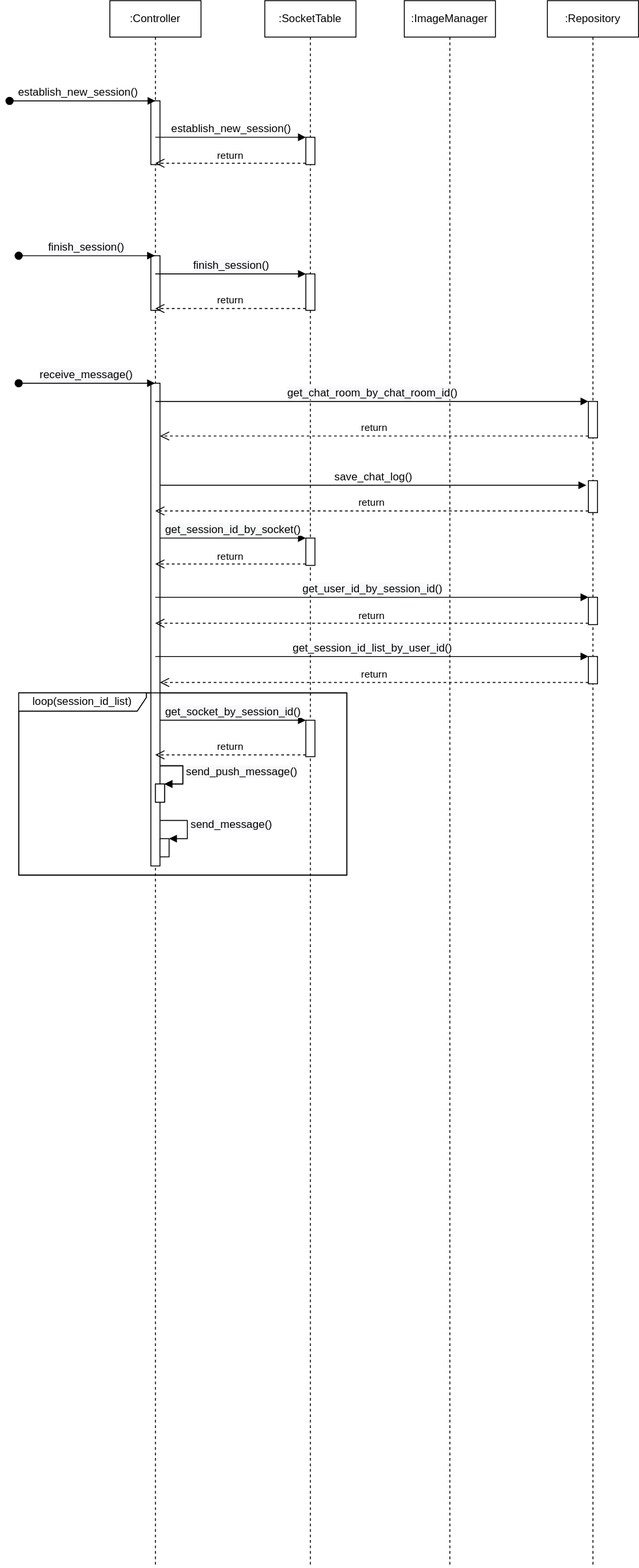
Above: 시퀀스 다이어그램/chat_server_sequence_diagram.svg in shlim0/2022_capstone1 (draw.io), before the change. Source tidied: cells renumbered, new cells last; positions are measured from the earlier drawing's top-left corner, leaving out a move shared by most shapes.
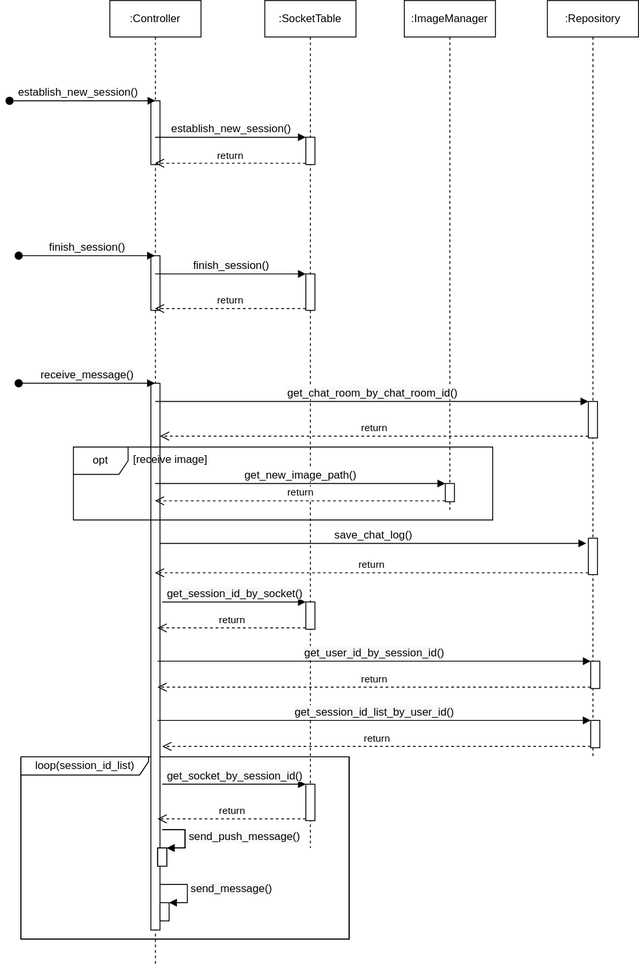
After the change.

Commit message:
chat server sequence diagram[image_manager] 사용하지 않는 문제 수정

What changed in the source:
```diff
@@ -2,11 +2,14 @@
   <root>
     <mxCell id="0" />
     <mxCell id="1" parent="0" />
+    <mxCell id="43" value="loop(session_id_list)" style="shape=umlFrame;whiteSpace=wrap;html=1;width=140;height=20;" parent="1" vertex="1">
+      <mxGeometry x="12.5" y="830" width="360" height="200" as="geometry" />
+    </mxCell>
     <mxCell id="2" value="loop(session_id_list)" style="shape=umlFrame;whiteSpace=wrap;html=1;width=140;height=20;" parent="1" vertex="1">
-      <mxGeometry x="10" y="760" width="360" height="200" as="geometry" />
+      <mxGeometry x="12.5" y="830" width="360" height="200" as="geometry" />
     </mxCell>
     <mxCell id="3" value=":SocketTable" style="shape=umlLifeline;perimeter=lifelinePerimeter;whiteSpace=wrap;html=1;" parent="1" vertex="1">
-      <mxGeometry x="280" width="100" height="1720" as="geometry" />
+      <mxGeometry x="280" width="100" height="930" as="geometry" />
     </mxCell>
     <mxCell id="4" style="html=1;points=[];perimeter=orthogonalPerimeter;" parent="3" vertex="1">
       <mxGeometry x="45" y="150" width="10" height="30" as="geometry" />
@@ -15,13 +18,13 @@
       <mxGeometry x="45" y="300" width="10" height="40" as="geometry" />
     </mxCell>
     <mxCell id="6" style="html=1;points=[];perimeter=orthogonalPerimeter;" parent="3" vertex="1">
-      <mxGeometry x="45" y="590" width="10" height="30" as="geometry" />
+      <mxGeometry x="45" y="660" width="10" height="30" as="geometry" />
     </mxCell>
     <mxCell id="7" style="html=1;points=[];perimeter=orthogonalPerimeter;" parent="3" vertex="1">
-      <mxGeometry x="45" y="790" width="10" height="40" as="geometry" />
+      <mxGeometry x="45" y="860" width="10" height="40" as="geometry" />
     </mxCell>
     <mxCell id="8" value=":Controller" style="shape=umlLifeline;perimeter=lifelinePerimeter;whiteSpace=wrap;html=1;outlineConnect=0;" parent="1" vertex="1">
-      <mxGeometry x="110" width="100" height="1720" as="geometry" />
+      <mxGeometry x="110" width="100" height="1060" as="geometry" />
     </mxCell>
     <mxCell id="9" style="html=1;perimeter=orthogonalPerimeter;" parent="8" vertex="1">
       <mxGeometry x="45" y="110" width="10" height="70" as="geometry" />
@@ -30,37 +33,41 @@
       <mxGeometry x="45" y="280" width="10" height="60" as="geometry" />
     </mxCell>
     <mxCell id="11" style="html=1;points=[];perimeter=orthogonalPerimeter;" parent="8" vertex="1">
-      <mxGeometry x="45" y="420" width="10" height="530" as="geometry" />
+      <mxGeometry x="45" y="420" width="10" height="600" as="geometry" />
     </mxCell>
     <mxCell id="12" style="html=1;points=[];perimeter=orthogonalPerimeter;" parent="8" vertex="1">
-      <mxGeometry x="55" y="920" width="10" height="20" as="geometry" />
+      <mxGeometry x="55" y="990" width="10" height="20" as="geometry" />
     </mxCell>
-    <mxCell id="13" value="&lt;span style=&quot;font-size: 12px ; background-color: rgb(248 , 249 , 250)&quot;&gt;send_message()&lt;/span&gt;" style="edgeStyle=orthogonalEdgeStyle;html=1;align=left;spacingLeft=2;endArrow=block;rounded=0;entryX=1;entryY=0;" parent="8" edge="1" source="11" target="12">
+    <mxCell id="13" value="&lt;span style=&quot;font-size: 12px ; background-color: rgb(248 , 249 , 250)&quot;&gt;send_message()&lt;/span&gt;" style="edgeStyle=orthogonalEdgeStyle;html=1;align=left;spacingLeft=2;endArrow=block;rounded=0;entryX=1;entryY=0;" parent="8" edge="1" target="12">
       <mxGeometry relative="1" as="geometry">
+        <mxPoint x="55" y="970" as="sourcePoint" />
         <Array as="points">
-          <mxPoint x="85" y="900" />
-          <mxPoint x="85" y="920" />
+          <mxPoint x="85" y="970" />
+          <mxPoint x="85" y="990" />
         </Array>
       </mxGeometry>
     </mxCell>
     <mxCell id="14" value=":Repository" style="shape=umlLifeline;perimeter=lifelinePerimeter;whiteSpace=wrap;html=1;" parent="1" vertex="1">
-      <mxGeometry x="590" width="100" height="1720" as="geometry" />
+      <mxGeometry x="590" width="100" height="830" as="geometry" />
     </mxCell>
     <mxCell id="15" style="html=1;points=[];perimeter=orthogonalPerimeter;" parent="14" vertex="1">
-      <mxGeometry x="45" y="655" width="10" height="30" as="geometry" />
+      <mxGeometry x="47.5" y="725" width="10" height="30" as="geometry" />
     </mxCell>
     <mxCell id="16" style="html=1;points=[];perimeter=orthogonalPerimeter;" parent="14" vertex="1">
       <mxGeometry x="45" y="440" width="10" height="40" as="geometry" />
     </mxCell>
     <mxCell id="17" style="html=1;points=[];perimeter=orthogonalPerimeter;" parent="14" vertex="1">
-      <mxGeometry x="45" y="720" width="10" height="30" as="geometry" />
+      <mxGeometry x="47.5" y="790" width="10" height="30" as="geometry" />
     </mxCell>
     <mxCell id="18" style="html=1;points=[];perimeter=orthogonalPerimeter;" parent="14" vertex="1">
-      <mxGeometry x="45" y="527" width="10" height="35" as="geometry" />
+      <mxGeometry x="45" y="590" width="10" height="40" as="geometry" />
     </mxCell>
     <mxCell id="19" value=":ImageManager" style="shape=umlLifeline;perimeter=lifelinePerimeter;whiteSpace=wrap;html=1;" parent="1" vertex="1">
-      <mxGeometry x="433" width="100" height="1720" as="geometry" />
+      <mxGeometry x="433" width="100" height="560" as="geometry" />
     </mxCell>
+    <mxCell id="44" style="html=1;points=[];perimeter=orthogonalPerimeter;" parent="19" vertex="1">
+      <mxGeometry x="45" y="530" width="10" height="20" as="geometry" />
+    </mxCell>
     <mxCell id="20" value="&lt;span style=&quot;font-size: 12px&quot;&gt;establish_new_session()&amp;nbsp; &amp;nbsp;&lt;/span&gt;" style="html=1;verticalAlign=bottom;startArrow=oval;startFill=1;endArrow=block;startSize=8;" parent="1" edge="1">
       <mxGeometry relative="1" as="geometry">
         <mxPoint y="110" as="sourcePoint" />
@@ -91,12 +98,12 @@
     </mxCell>
     <mxCell id="27" value="&lt;span style=&quot;font-size: 12px ; text-align: left ; background-color: rgb(248 , 249 , 250)&quot;&gt;get_user_id_by_session_id()&lt;/span&gt;" style="html=1;verticalAlign=bottom;endArrow=block;entryX=0;entryY=0;" parent="1" edge="1" target="15">
       <mxGeometry relative="1" as="geometry">
-        <mxPoint x="159.8" y="655" as="sourcePoint" />
+        <mxPoint x="162.3" y="725" as="sourcePoint" />
       </mxGeometry>
     </mxCell>
     <mxCell id="28" value="return" style="html=1;verticalAlign=bottom;endArrow=open;dashed=1;endSize=8;exitX=0;exitY=0.95;" parent="1" edge="1" source="15">
       <mxGeometry relative="1" as="geometry">
-        <mxPoint x="159.8" y="683.5" as="targetPoint" />
+        <mxPoint x="162.3" y="753.5" as="targetPoint" />
       </mxGeometry>
     </mxCell>
     <mxCell id="29" value="&lt;span style=&quot;font-size: 12px ; text-align: left ; background-color: rgb(248 , 249 , 250)&quot;&gt;get_chat_room_by_chat_room_id()&lt;/span&gt;" style="html=1;verticalAlign=bottom;endArrow=block;entryX=0;entryY=0;" parent="1" edge="1" target="16">
@@ -109,32 +116,32 @@
     </mxCell>
     <mxCell id="31" value="&lt;span style=&quot;font-size: 12px ; text-align: left ; background-color: rgb(248 , 249 , 250)&quot;&gt;get_session_id_by_socket()&lt;/span&gt;" style="html=1;verticalAlign=bottom;endArrow=block;entryX=0;entryY=0;" parent="1" edge="1" target="6">
       <mxGeometry relative="1" as="geometry">
-        <mxPoint x="165" y="590" as="sourcePoint" />
+        <mxPoint x="167.5" y="660" as="sourcePoint" />
       </mxGeometry>
     </mxCell>
     <mxCell id="32" value="return" style="html=1;verticalAlign=bottom;endArrow=open;dashed=1;endSize=8;exitX=0;exitY=0.95;" parent="1" edge="1" source="6">
       <mxGeometry relative="1" as="geometry">
-        <mxPoint x="159.8" y="618.5" as="targetPoint" />
+        <mxPoint x="162.3" y="688.5" as="targetPoint" />
       </mxGeometry>
     </mxCell>
     <mxCell id="33" value="&lt;span style=&quot;font-size: 12px ; text-align: left ; background-color: rgb(248 , 249 , 250)&quot;&gt;get_session_id_list_by_user_id()&lt;/span&gt;" style="html=1;verticalAlign=bottom;endArrow=block;entryX=0;entryY=0;" parent="1" edge="1" target="17">
       <mxGeometry relative="1" as="geometry">
-        <mxPoint x="159.8" y="720" as="sourcePoint" />
+        <mxPoint x="162.3" y="790" as="sourcePoint" />
       </mxGeometry>
     </mxCell>
     <mxCell id="34" value="return" style="html=1;verticalAlign=bottom;endArrow=open;dashed=1;endSize=8;exitX=0;exitY=0.95;" parent="1" edge="1" source="17">
       <mxGeometry relative="1" as="geometry">
-        <mxPoint x="165" y="748.5" as="targetPoint" />
+        <mxPoint x="167.5" y="818.5" as="targetPoint" />
       </mxGeometry>
     </mxCell>
     <mxCell id="35" value="&lt;span style=&quot;font-size: 12px ; text-align: left ; background-color: rgb(248 , 249 , 250)&quot;&gt;get_socket_by_session_id()&lt;/span&gt;" style="html=1;verticalAlign=bottom;endArrow=block;" parent="1" edge="1" target="7">
       <mxGeometry relative="1" as="geometry">
-        <mxPoint x="165" y="790" as="sourcePoint" />
+        <mxPoint x="167.5" y="860" as="sourcePoint" />
       </mxGeometry>
     </mxCell>
     <mxCell id="36" value="return" style="html=1;verticalAlign=bottom;endArrow=open;dashed=1;endSize=8;exitX=0;exitY=0.95;" parent="1" edge="1" source="7">
       <mxGeometry relative="1" as="geometry">
-        <mxPoint x="159.8" y="828" as="targetPoint" />
+        <mxPoint x="162.3" y="898" as="targetPoint" />
       </mxGeometry>
     </mxCell>
     <mxCell id="37" value="&lt;span style=&quot;font-size: 12px&quot;&gt;save_chat_log()&lt;/span&gt;" style="html=1;verticalAlign=bottom;endArrow=block;entryX=-0.234;entryY=0.143;entryDx=0;entryDy=0;entryPerimeter=0;" parent="1" edge="1" source="11" target="18">
@@ -144,29 +151,38 @@
       <mxGeometry relative="1" as="geometry" />
     </mxCell>
     <mxCell id="39" style="html=1;points=[];perimeter=orthogonalPerimeter;" parent="1" vertex="1">
-      <mxGeometry x="160" y="860" width="10" height="20" as="geometry" />
+      <mxGeometry x="162.5" y="930" width="10" height="20" as="geometry" />
     </mxCell>
     <mxCell id="40" value="&lt;span style=&quot;font-size: 12px ; background-color: rgb(248 , 249 , 250)&quot;&gt;send_push_message()&lt;/span&gt;" style="edgeStyle=orthogonalEdgeStyle;html=1;align=left;spacingLeft=2;endArrow=block;rounded=0;entryX=1;entryY=0;" parent="1" edge="1" target="39">
       <mxGeometry relative="1" as="geometry">
-        <mxPoint x="165" y="840" as="sourcePoint" />
+        <mxPoint x="167.5" y="910" as="sourcePoint" />
         <Array as="points">
-          <mxPoint x="190" y="840" />
+          <mxPoint x="192.5" y="910" />
         </Array>
       </mxGeometry>
     </mxCell>
     <mxCell id="41" value="&lt;span style=&quot;font-size: 12px ; background-color: rgb(248 , 249 , 250)&quot;&gt;send_push_message()&lt;/span&gt;" style="edgeStyle=orthogonalEdgeStyle;html=1;align=left;spacingLeft=2;endArrow=block;rounded=0;entryX=1;entryY=0;" parent="1" edge="1" target="42">
       <mxGeometry relative="1" as="geometry">
-        <mxPoint x="165" y="840" as="sourcePoint" />
+        <mxPoint x="167.5" y="910" as="sourcePoint" />
         <Array as="points">
-          <mxPoint x="190" y="840" />
+          <mxPoint x="192.5" y="910" />
         </Array>
       </mxGeometry>
     </mxCell>
     <mxCell id="42" style="html=1;points=[];perimeter=orthogonalPerimeter;" parent="1" vertex="1">
-      <mxGeometry x="160" y="860" width="10" height="20" as="geometry" />
+      <mxGeometry x="162.5" y="930" width="10" height="20" as="geometry" />
     </mxCell>
-    <mxCell id="43" value="loop(session_id_list)" style="shape=umlFrame;whiteSpace=wrap;html=1;width=140;height=20;" parent="1" vertex="1">
-      <mxGeometry x="10" y="760" width="360" height="200" as="geometry" />
-    </mxCell>
+    <mxCell id="45" value="&lt;span style=&quot;font-size: 12px&quot;&gt;get_new_image_path()&lt;/span&gt;" style="html=1;verticalAlign=bottom;endArrow=block;entryX=0;entryY=0;" parent="1" edge="1" source="8" target="44">
+      <mxGeometry relative="1" as="geometry" />
+    </mxCell>
+    <mxCell id="46" value="return" style="html=1;verticalAlign=bottom;endArrow=open;dashed=1;endSize=8;exitX=0;exitY=0.95;" parent="1" edge="1" source="44" target="8">
+      <mxGeometry relative="1" as="geometry" />
+    </mxCell>
+    <mxCell id="47" value="opt" style="shape=umlFrame;whiteSpace=wrap;html=1;" parent="1" vertex="1">
+      <mxGeometry x="70" y="490" width="460" height="80" as="geometry" />
+    </mxCell>
+    <mxCell id="48" value="[receive image]" style="text;strokeColor=none;fillColor=none;align=left;verticalAlign=top;spacingLeft=4;spacingRight=4;overflow=hidden;" parent="1" vertex="1">
+      <mxGeometry x="130" y="490" width="100" height="26" as="geometry" />
+    </mxCell>
   </root>
 </mxGraphModel>
```
